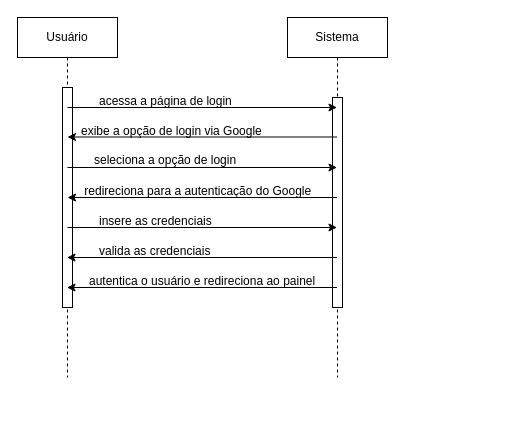
This is Diagrama de Sequência(RF010).drawio from JoaoGans/DRAW.tcc, a draw.io file, before an edit. Source tidied: cells renumbered, new cells numbered last; positions are measured from the earlier drawing's top-left corner, leaving out a move shared by most shapes. Both pictures are drawn from the tidied source at 100%, with x=0, y=0 at pixel (17, 17).
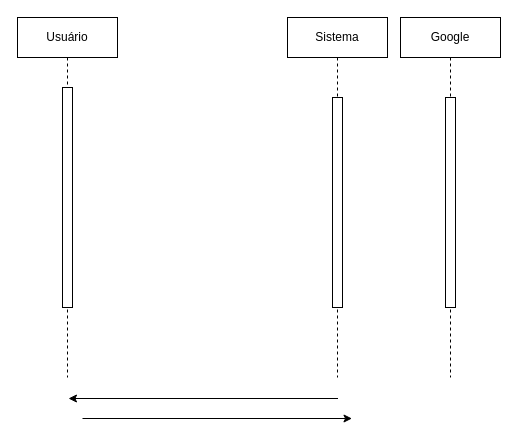
The same page after the edit.

Unchanged cells that the change refers to:
```xml
<mxCell id="4" value="Sistema" style="shape=umlLifeline;perimeter=lifelinePerimeter;whiteSpace=wrap;html=1;outlineConnect=0;portConstraint=eastwest;newEdgeStyle={&quot;edgeStyle&quot;:&quot;elbowEdgeStyle&quot;,&quot;elbow&quot;:&quot;vertical&quot;,&quot;curved&quot;:0,&quot;rounded&quot;:0};" parent="1" vertex="1">
  <mxGeometry x="270" width="100" height="360" as="geometry" />
</mxCell>
```

What changed in the source:
```diff
@@
-    <mxCell id="6" style="endArrow=classic;html=1;rounded=0;" parent="1" edge="1" target="4">
-      <mxGeometry relative="1" as="geometry">
-        <mxPoint x="50" y="90" as="sourcePoint" />
-      </mxGeometry>
-    </mxCell>
-    <mxCell id="7" style="endArrow=classic;html=1;rounded=0;" parent="1" edge="1" source="4">
+    <mxCell id="7" style="endArrow=classic;html=1;rounded=0;" parent="1" edge="1">
       <mxGeometry relative="1" as="geometry">
-        <mxPoint x="50" y="119.5" as="targetPoint" />
+        <mxPoint x="320.5" y="381" as="sourcePoint" />
+        <mxPoint x="51" y="381" as="targetPoint" />
       </mxGeometry>
     </mxCell>
-    <mxCell id="8" value="acessa a página de login" style="text;whiteSpace=wrap;html=1;" parent="1" vertex="1">
-      <mxGeometry x="80" y="70" width="160" height="40" as="geometry" />
-    </mxCell>
-    <mxCell id="9" value="exibe a opção de login via Google" style="text;whiteSpace=wrap;html=1;" parent="1" vertex="1">
-      <mxGeometry x="62" y="100" width="198" height="40" as="geometry" />
-    </mxCell>
-    <mxCell id="10" style="endArrow=classic;html=1;rounded=0;" parent="1" edge="1" target="4">
+    <mxCell id="10" style="endArrow=classic;html=1;rounded=0;" parent="1" edge="1">
       <mxGeometry relative="1" as="geometry">
-        <mxPoint x="50" y="150" as="sourcePoint" />
+        <mxPoint x="65" y="401" as="sourcePoint" />
+        <mxPoint x="334.5" y="401" as="targetPoint" />
       </mxGeometry>
     </mxCell>
-    <mxCell id="11" style="endArrow=classic;html=1;rounded=0;" parent="1" edge="1" source="4">
-      <mxGeometry relative="1" as="geometry">
-        <mxPoint x="50" y="180" as="targetPoint" />
-      </mxGeometry>
-    </mxCell>
-    <mxCell id="12" value="&amp;nbsp;redireciona para a autenticação do Google" style="text;whiteSpace=wrap;html=1;" parent="1" vertex="1">
-      <mxGeometry x="62" y="160" width="239" height="40" as="geometry" />
-    </mxCell>
-    <mxCell id="13" value="insere as credenciais" style="text;whiteSpace=wrap;html=1;" parent="1" vertex="1">
-      <mxGeometry x="80" y="190" width="130" height="40" as="geometry" />
-    </mxCell>
-    <mxCell id="14" style="endArrow=classic;html=1;rounded=0;" parent="1" edge="1" target="4">
-      <mxGeometry relative="1" as="geometry">
-        <mxPoint x="50" y="210" as="sourcePoint" />
-      </mxGeometry>
-    </mxCell>
-    <mxCell id="15" value="seleciona a opção de login" style="text;whiteSpace=wrap;html=1;" parent="1" vertex="1">
-      <mxGeometry x="75" y="129" width="170" height="36" as="geometry" />
-    </mxCell>
-    <mxCell id="16" style="endArrow=classic;html=1;rounded=0;" parent="1" edge="1">
-      <mxGeometry relative="1" as="geometry">
-        <mxPoint x="319.5" y="240" as="sourcePoint" />
-        <mxPoint x="49.5" y="240" as="targetPoint" />
-      </mxGeometry>
-    </mxCell>
-    <mxCell id="17" value="valida as credenciais" style="text;whiteSpace=wrap;html=1;" parent="1" vertex="1">
-      <mxGeometry x="80" y="220" width="140" height="40" as="geometry" />
-    </mxCell>
-    <mxCell id="18" value="autentica o usuário e redireciona ao painel" style="text;whiteSpace=wrap;html=1;" parent="1" vertex="1">
-      <mxGeometry x="70" y="250" width="260" height="40" as="geometry" />
-    </mxCell>
-    <mxCell id="19" style="endArrow=classic;html=1;rounded=0;" parent="1" edge="1">
-      <mxGeometry relative="1" as="geometry">
-        <mxPoint x="319.5" y="270" as="sourcePoint" />
-        <mxPoint x="49.5" y="270" as="targetPoint" />
-      </mxGeometry>
-    </mxCell>
+    <mxCell id="20" value="Google" style="shape=umlLifeline;perimeter=lifelinePerimeter;whiteSpace=wrap;html=1;newEdgeStyle={&quot;edgeStyle&quot;:&quot;elbowEdgeStyle&quot;,&quot;elbow&quot;:&quot;vertical&quot;,&quot;curved&quot;:0,&quot;rounded&quot;:0};" parent="1" vertex="1">
+      <mxGeometry x="383" width="100" height="360" as="geometry" />
+    </mxCell>
+    <mxCell id="21" style="html=1;perimeter=orthogonalPerimeter;targetShapes=umlLifeline;newEdgeStyle={&quot;edgeStyle&quot;:&quot;elbowEdgeStyle&quot;,&quot;elbow&quot;:&quot;vertical&quot;,&quot;curved&quot;:0,&quot;rounded&quot;:0};" parent="20" vertex="1">
+      <mxGeometry x="45" y="80" width="10" height="210" as="geometry" />
+    </mxCell>
```
